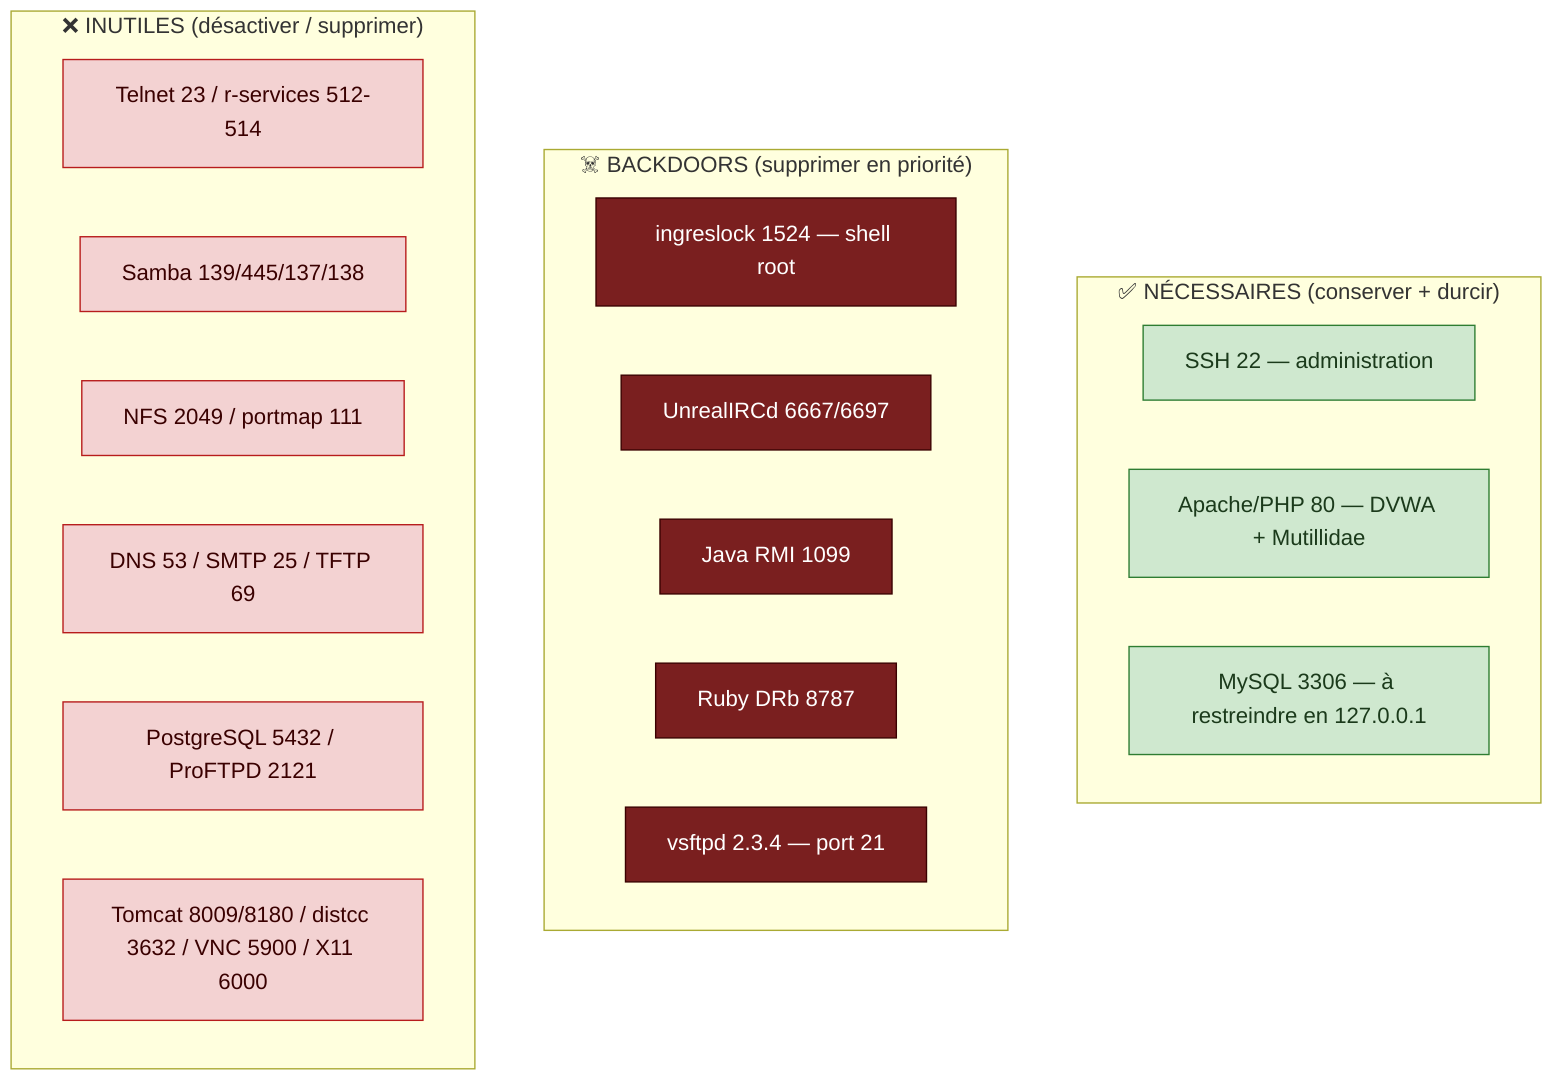
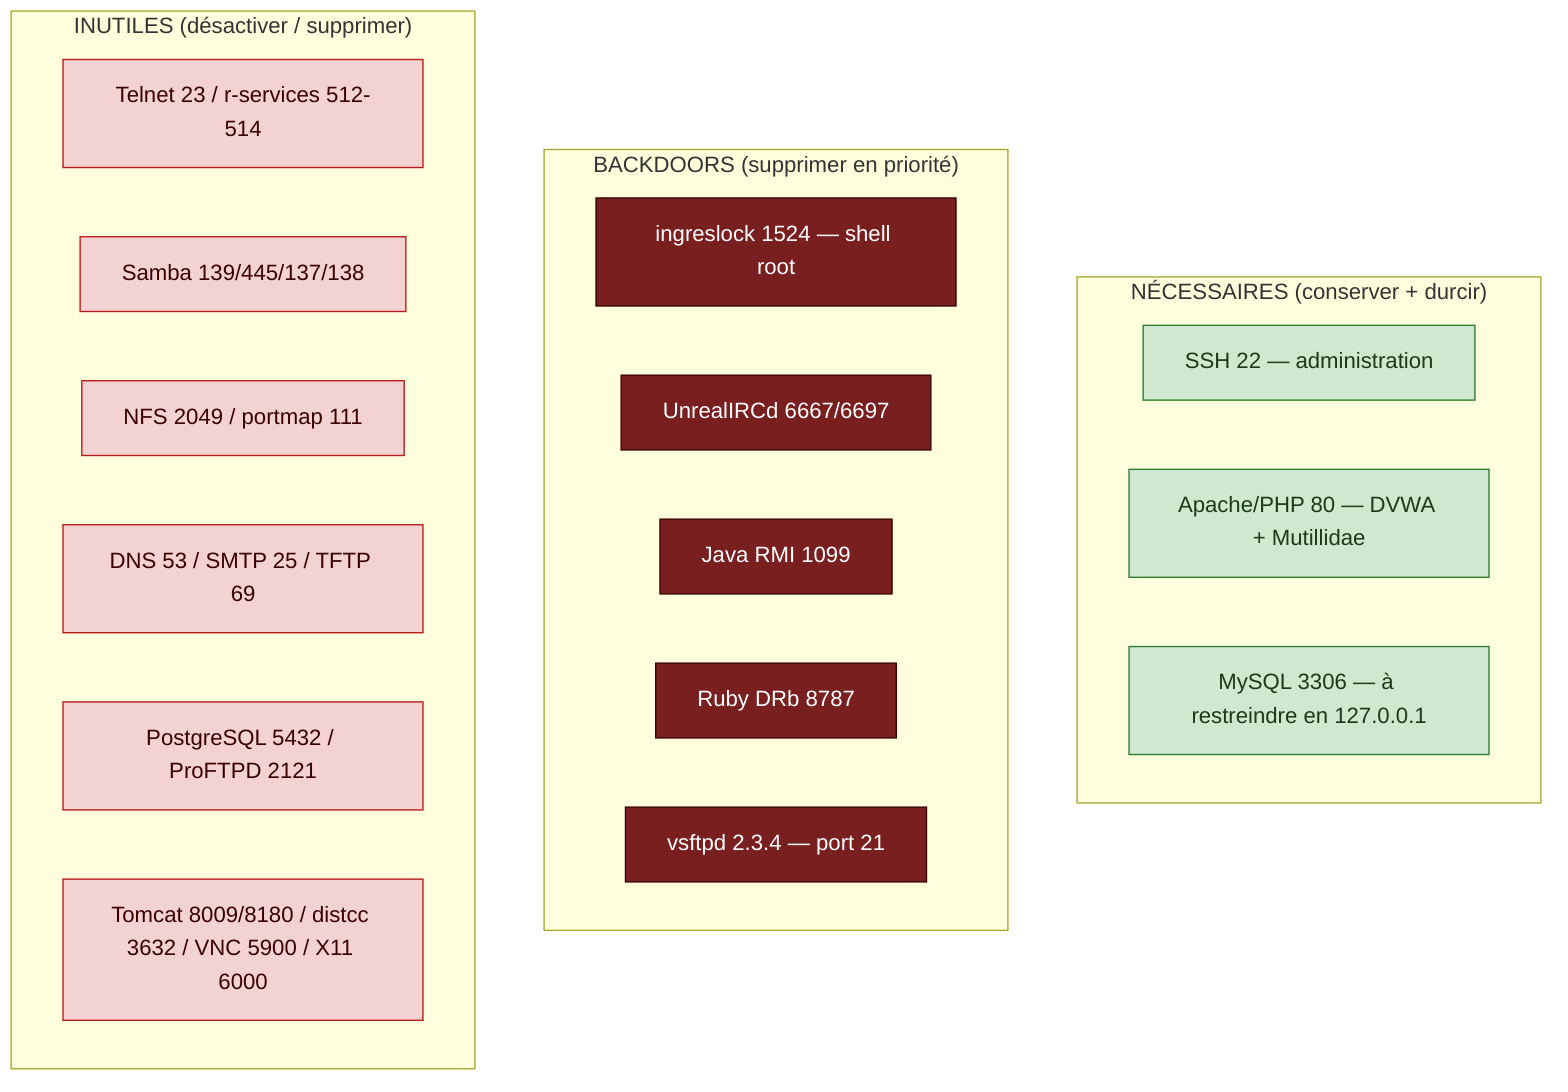
%% Vue services — nécessaires vs inutiles vs backdoors (Metasploitable 2)
flowchart TB
    classDef keep fill:#cfe8cf,stroke:#2e7d32,color:#1b3a1b;
    classDef drop fill:#f3d2d2,stroke:#b71c1c,color:#3a0000;
    classDef back fill:#7a1f1f,stroke:#3a0000,color:#ffffff;

-     subgraph NEED["✅ NÉCESSAIRES (conserver + durcir)"]
+     subgraph NEED["NÉCESSAIRES (conserver + durcir)"]
        S22["SSH 22 — administration"]:::keep
        S80["Apache/PHP 80 — DVWA + Mutillidae"]:::keep
        S3306["MySQL 3306 — à restreindre en 127.0.0.1"]:::keep
    end

-     subgraph BACK["☠️ BACKDOORS (supprimer en priorité)"]
+     subgraph BACK["BACKDOORS (supprimer en priorité)"]
        ING["ingreslock 1524 — shell root"]:::back
        IRC["UnrealIRCd 6667/6697"]:::back
        RMI["Java RMI 1099"]:::back
        DRB["Ruby DRb 8787"]:::back
        VS["vsftpd 2.3.4 — port 21"]:::back
    end

-     subgraph USELESS["❌ INUTILES (désactiver / supprimer)"]
+     subgraph USELESS["INUTILES (désactiver / supprimer)"]
        TEL["Telnet 23 / r-services 512-514"]:::drop
        SMB["Samba 139/445/137/138"]:::drop
        NFS["NFS 2049 / portmap 111"]:::drop
        DNS["DNS 53 / SMTP 25 / TFTP 69"]:::drop
        PG["PostgreSQL 5432 / ProFTPD 2121"]:::drop
        JAVA["Tomcat 8009/8180 / distcc 3632 / VNC 5900 / X11 6000"]:::drop
    end
